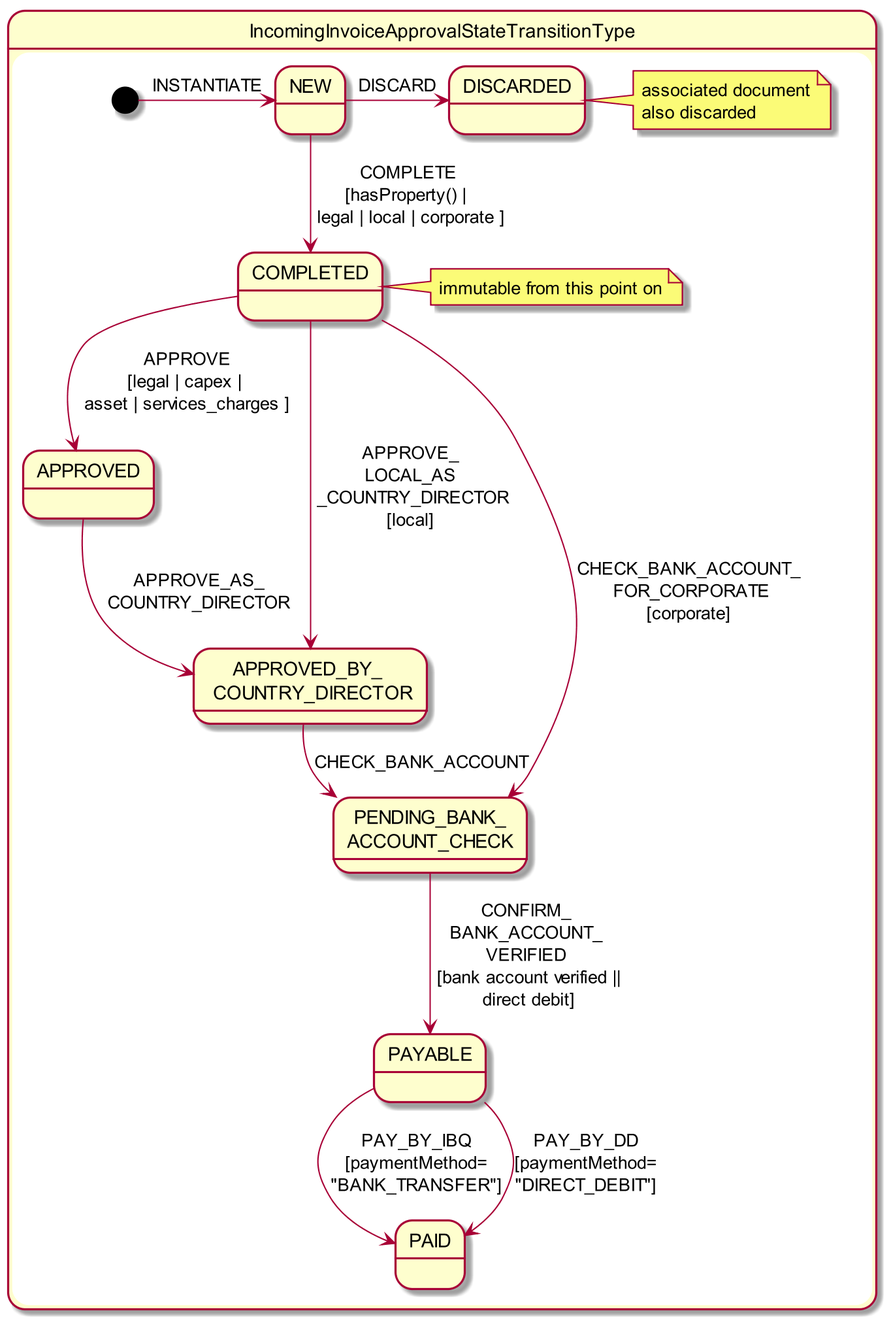
estatio/estatio keeps this PlantUML diagram as adocs/documentation/src/main/asciidoc/incoming-invoice-approval-state-chart.png. Above is the earlier version.
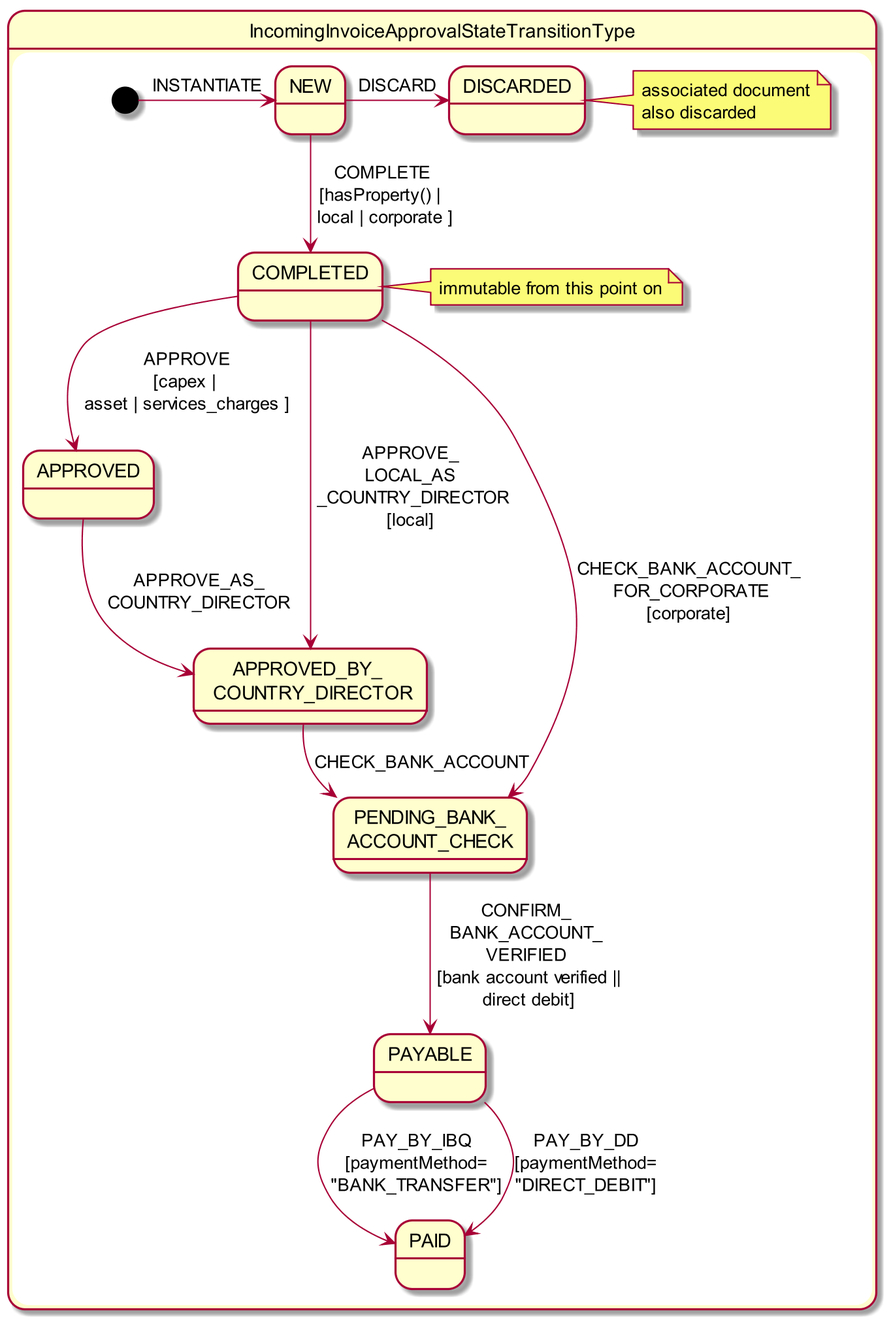
Above is the later version.

What changed in the source:
```diff
@@ -21,10 +21,10 @@
 
     [*] -right-> iia_new: INSTANTIATE
 
-    iia_new -down-> iia_completed : COMPLETE\n[hasProperty() | \n legal | local | corporate ]
+    iia_new -down-> iia_completed : COMPLETE\n[hasProperty() | \n local | corporate ]
     iia_new -right-> iia_discarded : DISCARD
 
-    iia_completed --> iia_a : APPROVE\n[legal | capex | \nasset | services_charges ]
+    iia_completed --> iia_a : APPROVE\n[capex | \nasset | services_charges ]
 
     iia_completed --> iia_abcd : APPROVE_\nLOCAL_AS\n _COUNTRY_DIRECTOR\n[local]
     iia_completed --> iia_pbac : CHECK_BANK_ACCOUNT_\n FOR_CORPORATE\n[corporate]
```
